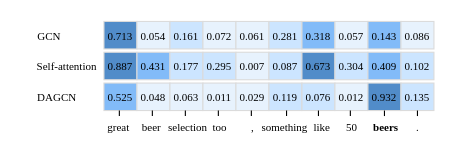
Before: case study.drawio in zhaicao/images, a draw.io diagram. Source tidied: cells renumbered, new cells numbered last; positions are measured from the earlier drawing's top-left corner, leaving out a move shared by most shapes. Both pictures are drawn from the tidied source at 110%, with x=0, y=0 at pixel (22, 19).
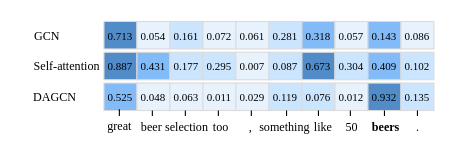
The same diagram, later.

What changed in the source:
```diff
@@
-    <mxCell id="12" value="&lt;font style=&quot;font-size: 10px;&quot;&gt;great&lt;/font&gt;" style="text;html=1;align=center;verticalAlign=middle;points=[];strokeColor=none;fillColor=none;fontSize=10;fontFamily=Times New Roman;" parent="1" vertex="1">
-      <mxGeometry x="67" y="83" width="40" height="30" as="geometry" />
-    </mxCell>
-    <mxCell id="13" value="&lt;font style=&quot;font-size: 10px;&quot;&gt;beer&lt;/font&gt;" style="text;html=1;align=center;verticalAlign=middle;strokeColor=none;fillColor=none;fontSize=10;fontFamily=Times New Roman;" parent="1" vertex="1">
+    <mxCell id="13" value="&lt;font style=&quot;font-size: 11px;&quot;&gt;beer&lt;/font&gt;" style="text;html=1;align=center;verticalAlign=middle;strokeColor=none;fillColor=none;fontSize=11;fontFamily=Times New Roman;" parent="1" vertex="1">
       <mxGeometry x="97" y="83" width="40" height="30" as="geometry" />
     </mxCell>
-    <mxCell id="14" value="&lt;font style=&quot;font-size: 10px;&quot;&gt;selection&lt;/font&gt;" style="text;html=1;align=center;verticalAlign=middle;strokeColor=none;fillColor=none;fontSize=10;fontFamily=Times New Roman;" parent="1" vertex="1">
-      <mxGeometry x="120" y="83" width="60" height="30" as="geometry" />
+    <mxCell id="14" value="&lt;font style=&quot;font-size: 11px;&quot;&gt;selection&lt;/font&gt;" style="text;html=1;align=center;verticalAlign=middle;strokeColor=none;fillColor=none;fontSize=11;fontFamily=Times New Roman;" parent="1" vertex="1">
+      <mxGeometry x="119" y="83" width="60" height="30" as="geometry" />
     </mxCell>
-    <mxCell id="15" value="&lt;font style=&quot;font-size: 10px;&quot;&gt;too&lt;/font&gt;" style="text;html=1;align=center;verticalAlign=middle;strokeColor=none;fillColor=none;fontSize=10;fontFamily=Times New Roman;" parent="1" vertex="1">
-      <mxGeometry x="159" y="83" width="40" height="30" as="geometry" />
+    <mxCell id="15" value="&lt;font style=&quot;font-size: 11px;&quot;&gt;too&lt;/font&gt;" style="text;html=1;align=center;verticalAlign=middle;strokeColor=none;fillColor=none;fontSize=11;fontFamily=Times New Roman;" parent="1" vertex="1">
+      <mxGeometry x="160" y="83" width="40" height="30" as="geometry" />
     </mxCell>
-    <mxCell id="16" value="&lt;font style=&quot;font-size: 10px;&quot;&gt;,&lt;/font&gt;" style="text;html=1;align=center;verticalAlign=middle;strokeColor=none;fillColor=none;fontSize=10;fontFamily=Times New Roman;" parent="1" vertex="1">
-      <mxGeometry x="194" y="83" width="30" height="30" as="geometry" />
+    <mxCell id="16" value="&lt;font style=&quot;font-size: 11px;&quot;&gt;,&lt;/font&gt;" style="text;html=1;align=center;verticalAlign=middle;strokeColor=none;fillColor=none;fontSize=11;fontFamily=Times New Roman;" parent="1" vertex="1">
+      <mxGeometry x="192" y="83" width="30" height="30" as="geometry" />
     </mxCell>
-    <mxCell id="17" value="&lt;font style=&quot;font-size: 10px;&quot;&gt;something&lt;/font&gt;" style="text;html=1;align=center;verticalAlign=middle;strokeColor=none;fillColor=none;fontSize=10;fontFamily=Times New Roman;" parent="1" vertex="1">
+    <mxCell id="17" value="&lt;font style=&quot;font-size: 11px;&quot;&gt;something&lt;/font&gt;" style="text;html=1;align=center;verticalAlign=middle;strokeColor=none;fillColor=none;fontSize=11;fontFamily=Times New Roman;" parent="1" vertex="1">
       <mxGeometry x="203" y="83" width="70" height="30" as="geometry" />
     </mxCell>
-    <mxCell id="18" value="&lt;span style=&quot;font-size: 10px;&quot;&gt;like&lt;/span&gt;" style="text;html=1;align=center;verticalAlign=middle;strokeColor=none;fillColor=none;fontSize=10;fontFamily=Times New Roman;" parent="1" vertex="1">
-      <mxGeometry x="252" y="83" width="40" height="30" as="geometry" />
+    <mxCell id="18" value="&lt;span style=&quot;font-size: 11px;&quot;&gt;like&lt;/span&gt;" style="text;html=1;align=center;verticalAlign=middle;strokeColor=none;fillColor=none;fontSize=11;fontFamily=Times New Roman;" parent="1" vertex="1">
+      <mxGeometry x="253" y="83" width="40" height="30" as="geometry" />
     </mxCell>
-    <mxCell id="19" value="&lt;span style=&quot;font-size: 10px;&quot;&gt;50&lt;/span&gt;" style="text;html=1;align=center;verticalAlign=middle;strokeColor=none;fillColor=none;fontSize=10;fontFamily=Times New Roman;" parent="1" vertex="1">
+    <mxCell id="19" value="&lt;span style=&quot;font-size: 11px;&quot;&gt;50&lt;/span&gt;" style="text;html=1;align=center;verticalAlign=middle;strokeColor=none;fillColor=none;fontSize=11;fontFamily=Times New Roman;" parent="1" vertex="1">
       <mxGeometry x="284" y="83" width="30" height="30" as="geometry" />
     </mxCell>
-    <mxCell id="20" value="&lt;span style=&quot;font-size: 10px;&quot;&gt;&lt;b style=&quot;font-size: 10px;&quot;&gt;beers&lt;/b&gt;&lt;/span&gt;" style="text;html=1;align=center;verticalAlign=middle;strokeColor=none;fillColor=none;fontSize=10;fontFamily=Times New Roman;" parent="1" vertex="1">
+    <mxCell id="20" value="&lt;span style=&quot;font-size: 11px;&quot;&gt;&lt;b style=&quot;font-size: 11px;&quot;&gt;beers&lt;/b&gt;&lt;/span&gt;" style="text;html=1;align=center;verticalAlign=middle;strokeColor=none;fillColor=none;fontSize=11;fontFamily=Times New Roman;" parent="1" vertex="1">
       <mxGeometry x="305" y="83" width="50" height="30" as="geometry" />
     </mxCell>
-    <mxCell id="21" value="&lt;span style=&quot;font-size: 10px;&quot;&gt;.&lt;/span&gt;" style="text;html=1;align=center;verticalAlign=middle;strokeColor=none;fillColor=none;fontSize=10;fontFamily=Times New Roman;" parent="1" vertex="1">
+    <mxCell id="21" value="&lt;span style=&quot;font-size: 11px;&quot;&gt;.&lt;/span&gt;" style="text;html=1;align=center;verticalAlign=middle;strokeColor=none;fillColor=none;fontSize=11;fontFamily=Times New Roman;" parent="1" vertex="1">
       <mxGeometry x="344" y="83" width="30" height="30" as="geometry" />
     </mxCell>
-    <mxCell id="22" style="endArrow=none;html=1;rounded=0;fontFamily=Times New Roman;fontSize=10;" parent="1" edge="1">
+    <mxCell id="22" style="endArrow=none;html=1;rounded=0;fontFamily=Times New Roman;fontSize=11;" parent="1" edge="1" source="12">
       <mxGeometry relative="1" as="geometry">
-        <mxPoint x="88" y="88" as="sourcePoint" />
         <mxPoint x="88" y="83" as="targetPoint" />
       </mxGeometry>
     </mxCell>
-    <mxCell id="23" style="endArrow=none;html=1;rounded=0;fontFamily=Times New Roman;fontSize=10;" parent="1" edge="1">
+    <mxCell id="23" style="endArrow=none;html=1;rounded=0;fontFamily=Times New Roman;fontSize=11;" parent="1" edge="1">
       <mxGeometry relative="1" as="geometry">
         <mxPoint x="118" y="88" as="sourcePoint" />
         <mxPoint x="118" y="83" as="targetPoint" />
       </mxGeometry>
     </mxCell>
-    <mxCell id="24" style="endArrow=none;html=1;rounded=0;fontFamily=Times New Roman;fontSize=10;" parent="1" edge="1">
+    <mxCell id="24" style="endArrow=none;html=1;rounded=0;fontFamily=Times New Roman;fontSize=11;" parent="1" edge="1">
       <mxGeometry relative="1" as="geometry">
         <mxPoint x="148" y="88" as="sourcePoint" />
         <mxPoint x="148" y="83" as="targetPoint" />
       </mxGeometry>
     </mxCell>
-    <mxCell id="25" style="endArrow=none;html=1;rounded=0;fontFamily=Times New Roman;fontSize=10;" parent="1" edge="1">
+    <mxCell id="25" style="endArrow=none;html=1;rounded=0;fontFamily=Times New Roman;fontSize=11;" parent="1" edge="1">
       <mxGeometry relative="1" as="geometry">
         <mxPoint x="178" y="88" as="sourcePoint" />
         <mxPoint x="178" y="83" as="targetPoint" />
       </mxGeometry>
     </mxCell>
-    <mxCell id="26" style="endArrow=none;html=1;rounded=0;fontFamily=Times New Roman;fontSize=10;" parent="1" edge="1">
+    <mxCell id="26" style="endArrow=none;html=1;rounded=0;fontFamily=Times New Roman;fontSize=11;" parent="1" edge="1">
       <mxGeometry relative="1" as="geometry">
         <mxPoint x="208" y="88" as="sourcePoint" />
         <mxPoint x="208" y="83" as="targetPoint" />
       </mxGeometry>
     </mxCell>
-    <mxCell id="27" style="endArrow=none;html=1;rounded=0;fontFamily=Times New Roman;fontSize=10;" parent="1" edge="1">
+    <mxCell id="27" style="endArrow=none;html=1;rounded=0;fontFamily=Times New Roman;fontSize=11;" parent="1" edge="1">
       <mxGeometry relative="1" as="geometry">
         <mxPoint x="240" y="88" as="sourcePoint" />
         <mxPoint x="240" y="83" as="targetPoint" />
       </mxGeometry>
     </mxCell>
-    <mxCell id="28" style="endArrow=none;html=1;rounded=0;fontFamily=Times New Roman;fontSize=10;" parent="1" edge="1">
+    <mxCell id="28" style="endArrow=none;html=1;rounded=0;fontFamily=Times New Roman;fontSize=11;" parent="1" edge="1">
       <mxGeometry relative="1" as="geometry">
         <mxPoint x="269" y="88" as="sourcePoint" />
         <mxPoint x="269" y="83" as="targetPoint" />
       </mxGeometry>
     </mxCell>
-    <mxCell id="29" style="endArrow=none;html=1;rounded=0;fontFamily=Times New Roman;fontSize=10;" parent="1" edge="1">
+    <mxCell id="29" style="endArrow=none;html=1;rounded=0;fontFamily=Times New Roman;fontSize=11;" parent="1" edge="1">
       <mxGeometry relative="1" as="geometry">
         <mxPoint x="298" y="88" as="sourcePoint" />
         <mxPoint x="298" y="83" as="targetPoint" />
       </mxGeometry>
     </mxCell>
-    <mxCell id="30" style="endArrow=none;html=1;rounded=0;fontFamily=Times New Roman;fontSize=10;" parent="1" edge="1">
+    <mxCell id="30" style="endArrow=none;html=1;rounded=0;fontFamily=Times New Roman;fontSize=11;" parent="1" edge="1">
       <mxGeometry relative="1" as="geometry">
         <mxPoint x="329" y="88" as="sourcePoint" />
         <mxPoint x="329" y="83" as="targetPoint" />
       </mxGeometry>
     </mxCell>
-    <mxCell id="31" style="endArrow=none;html=1;rounded=0;fontFamily=Times New Roman;fontSize=10;" parent="1" edge="1">
+    <mxCell id="31" style="endArrow=none;html=1;rounded=0;fontFamily=Times New Roman;fontSize=11;" parent="1" edge="1">
       <mxGeometry relative="1" as="geometry">
         <mxPoint x="359" y="88" as="sourcePoint" />
         <mxPoint x="359" y="83" as="targetPoint" />
       </mxGeometry>
     </mxCell>
@@
-    <mxCell id="52" value="DAGCN" style="text;html=1;align=center;verticalAlign=middle;strokeColor=none;fillColor=none;fontSize=10;fontFamily=Times New Roman;" parent="1" vertex="1">
-      <mxGeometry x="0.5" y="55.5" width="60" height="30" as="geometry" />
+    <mxCell id="52" value="DAGCN" style="text;html=1;align=center;verticalAlign=middle;strokeColor=none;fillColor=none;fontSize=11;fontFamily=Times New Roman;" parent="1" vertex="1">
+      <mxGeometry x="-1.5" y="55.5" width="60" height="30" as="geometry" />
     </mxCell>
-    <mxCell id="53" value="GCN" style="text;html=1;align=center;verticalAlign=middle;strokeColor=none;fillColor=none;fontSize=10;fontFamily=Times New Roman;" parent="1" vertex="1">
-      <mxGeometry x="4" y="-0.5" width="40" height="30" as="geometry" />
+    <mxCell id="53" value="GCN" style="text;html=1;align=center;verticalAlign=middle;strokeColor=none;fillColor=none;fontSize=11;fontFamily=Times New Roman;" parent="1" vertex="1">
+      <mxGeometry x="-3" y="-0.5" width="50" height="30" as="geometry" />
     </mxCell>
-    <mxCell id="54" value="Self-attention" style="text;html=1;align=center;verticalAlign=middle;strokeColor=none;fillColor=none;fontSize=10;fontFamily=Times New Roman;" parent="1" vertex="1">
+    <mxCell id="54" value="Self-attention" style="text;html=1;align=center;verticalAlign=middle;strokeColor=none;fillColor=none;fontSize=11;fontFamily=Times New Roman;" parent="1" vertex="1">
       <mxGeometry y="27.5" width="80" height="30" as="geometry" />
     </mxCell>
+    <mxCell id="55" style="endArrow=none;html=1;rounded=0;fontFamily=Times New Roman;fontSize=11;" parent="1" edge="1" target="12">
+      <mxGeometry relative="1" as="geometry">
+        <mxPoint x="88" y="88" as="sourcePoint" />
+      </mxGeometry>
+    </mxCell>
+    <mxCell id="12" value="&lt;font style=&quot;font-size: 11px;&quot;&gt;great&lt;/font&gt;" style="text;html=1;align=center;verticalAlign=middle;points=[];strokeColor=none;fillColor=none;fontSize=11;fontFamily=Times New Roman;" parent="1" vertex="1">
+      <mxGeometry x="63" y="82" width="50" height="30" as="geometry" />
+    </mxCell>
```
